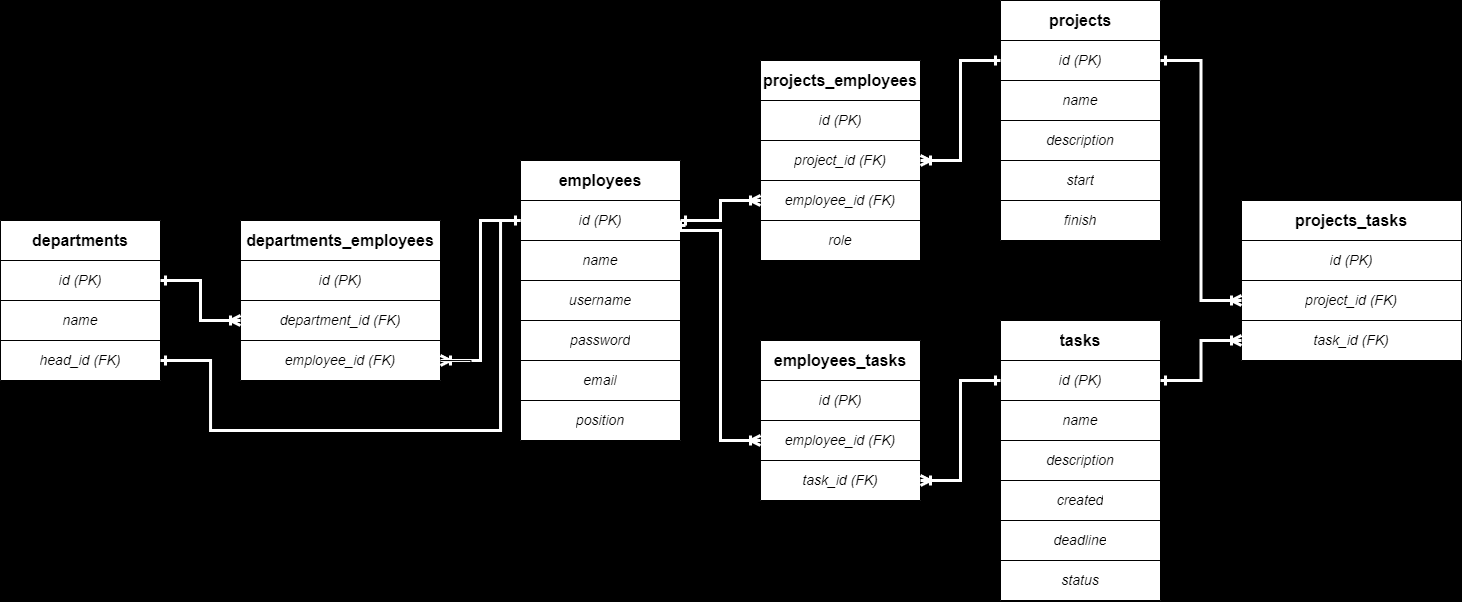
Above: schema.png in robertazizyan/python_ems (draw.io), before the change. Source tidied: cells renumbered, new cells last; positions are measured from the earlier drawing's top-left corner, leaving out a move shared by most shapes.
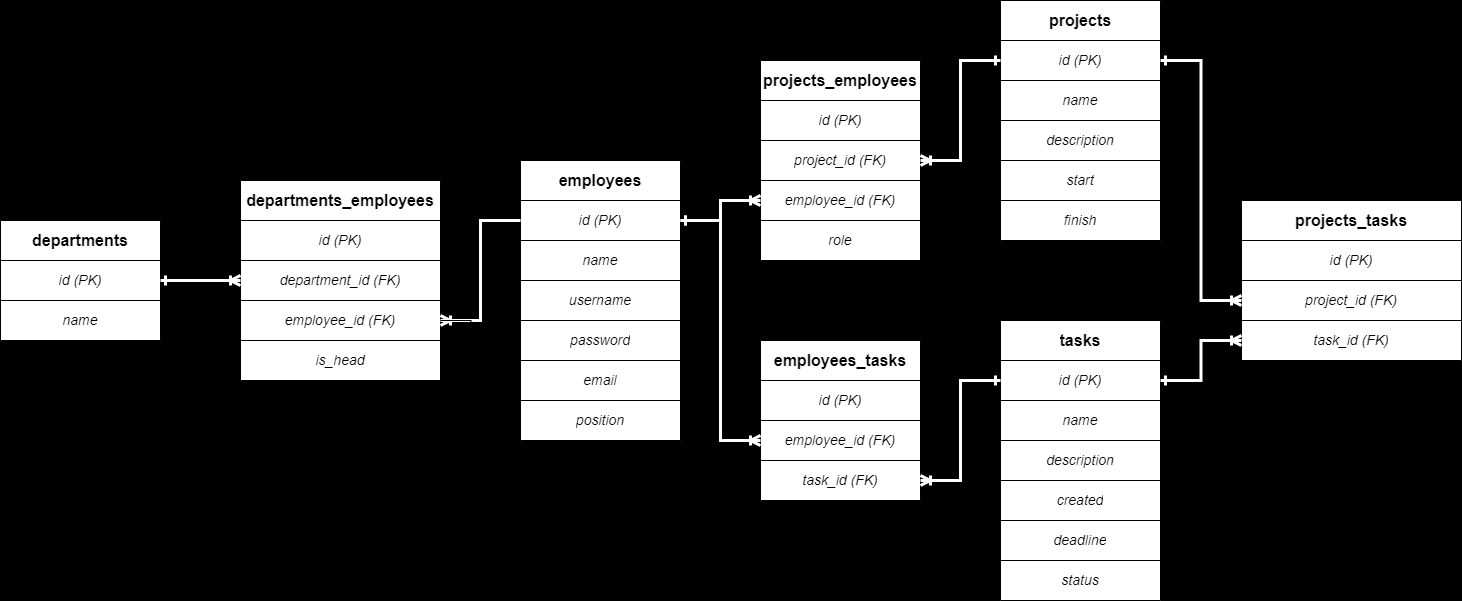
The same file after the commit.

Commit message:
Updated procedures and schema

The edit, as a diff of the source:
```diff
@@ -3,7 +3,7 @@
     <mxCell id="0" />
     <mxCell id="1" parent="0" />
     <mxCell id="2" style="shape=table;startSize=0;" parent="1" vertex="1">
-      <mxGeometry y="220" width="160" height="160" as="geometry" />
+      <mxGeometry y="220" width="160" height="120" as="geometry" />
     </mxCell>
     <mxCell id="3" style="shape=tableRow;horizontal=0;startSize=0;swimlaneHead=0;swimlaneBody=0;strokeColor=inherit;top=0;left=0;bottom=0;right=0;fillColor=none;" parent="2" vertex="1">
       <mxGeometry width="160" height="40" as="geometry" />
@@ -23,12 +23,6 @@
     <mxCell id="8" value="name" style="shape=partialRectangle;html=1;whiteSpace=wrap;strokeColor=inherit;overflow=hidden;fillColor=none;top=0;left=0;bottom=0;right=0;fontStyle=2;fontSize=14;" parent="7" vertex="1">
       <mxGeometry width="160" height="40" as="geometry" />
     </mxCell>
-    <mxCell id="9" style="shape=tableRow;horizontal=0;startSize=0;swimlaneHead=0;swimlaneBody=0;strokeColor=inherit;top=0;left=0;bottom=0;right=0;fillColor=none;points=[[0,0.5],[1,0.5]];portConstraint=eastwest;" parent="2" vertex="1">
-      <mxGeometry y="120" width="160" height="40" as="geometry" />
-    </mxCell>
-    <mxCell id="10" value="head_id (FK)" style="shape=partialRectangle;html=1;whiteSpace=wrap;strokeColor=inherit;overflow=hidden;fillColor=none;top=0;left=0;bottom=0;right=0;fontStyle=2;fontSize=14;" parent="9" vertex="1">
-      <mxGeometry width="160" height="40" as="geometry" />
-    </mxCell>
     <mxCell id="11" style="shape=table;startSize=0;" parent="1" vertex="1">
       <mxGeometry x="520" y="160" width="160" height="280" as="geometry" />
     </mxCell>
@@ -75,7 +69,7 @@
       <mxGeometry width="160" height="40" as="geometry" />
     </mxCell>
     <mxCell id="26" style="shape=table;startSize=0;" parent="1" vertex="1">
-      <mxGeometry x="240" y="220" width="200" height="160" as="geometry" />
+      <mxGeometry x="240" y="180" width="200" height="160" as="geometry" />
     </mxCell>
     <mxCell id="27" style="shape=tableRow;horizontal=0;startSize=0;swimlaneHead=0;swimlaneBody=0;strokeColor=inherit;top=0;left=0;bottom=0;right=0;fillColor=none;" parent="26" vertex="1">
       <mxGeometry width="200" height="40" as="geometry" />
@@ -290,8 +284,7 @@
     <mxCell id="97" style="edgeStyle=orthogonalEdgeStyle;rounded=0;jettySize=auto;html=1;exitX=1;exitY=0.5;exitDx=0;exitDy=0;entryX=0;entryY=0.5;entryDx=0;entryDy=0;endArrow=ERoneToMany;endFill=0;spacing=16;fontSize=21;strokeWidth=3;strokeColor=#FFFFFF;startArrow=ERone;startFill=0;" parent="1" edge="1" source="14" target="86">
       <mxGeometry relative="1" as="geometry">
         <Array as="points">
-          <mxPoint x="680" y="230" />
-          <mxPoint x="720" y="230" />
+          <mxPoint x="720" y="220" />
           <mxPoint x="720" y="440" />
         </Array>
       </mxGeometry>
@@ -299,20 +292,13 @@
     <mxCell id="98" value="&lt;font style=&quot;font-size: 14px;&quot;&gt;&lt;i&gt;role&lt;/i&gt;&lt;/font&gt;" style="rounded=0;whiteSpace=wrap;html=1;" parent="1" vertex="1">
       <mxGeometry x="760" y="220" width="160" height="40" as="geometry" />
     </mxCell>
-    <mxCell id="99" style="edgeStyle=orthogonalEdgeStyle;rounded=0;jettySize=auto;html=1;exitX=0;exitY=0.5;exitDx=0;exitDy=0;entryX=1;entryY=0.5;entryDx=0;entryDy=0;endArrow=ERone;endFill=0;spacing=16;fontSize=21;strokeWidth=3;strokeColor=#FFFFFF;startArrow=ERone;startFill=0;" parent="1" edge="1" source="14" target="9">
-      <mxGeometry relative="1" as="geometry">
-        <Array as="points">
-          <mxPoint x="500" y="220" />
-          <mxPoint x="500" y="430" />
-          <mxPoint x="210" y="430" />
-          <mxPoint x="210" y="360" />
-        </Array>
-      </mxGeometry>
-    </mxCell>
     <mxCell id="100" style="edgeStyle=orthogonalEdgeStyle;rounded=0;jettySize=auto;html=1;" parent="1" edge="1" source="33">
       <mxGeometry relative="1" as="geometry">
         <mxPoint x="470" y="410" as="targetPoint" />
       </mxGeometry>
     </mxCell>
+    <mxCell id="101" value="&lt;font style=&quot;font-size: 14px;&quot;&gt;&lt;i&gt;is_head&lt;/i&gt;&lt;/font&gt;" style="whiteSpace=wrap;html=1;" parent="1" vertex="1">
+      <mxGeometry x="240" y="340" width="200" height="40" as="geometry" />
+    </mxCell>
   </root>
 </mxGraphModel>
```
